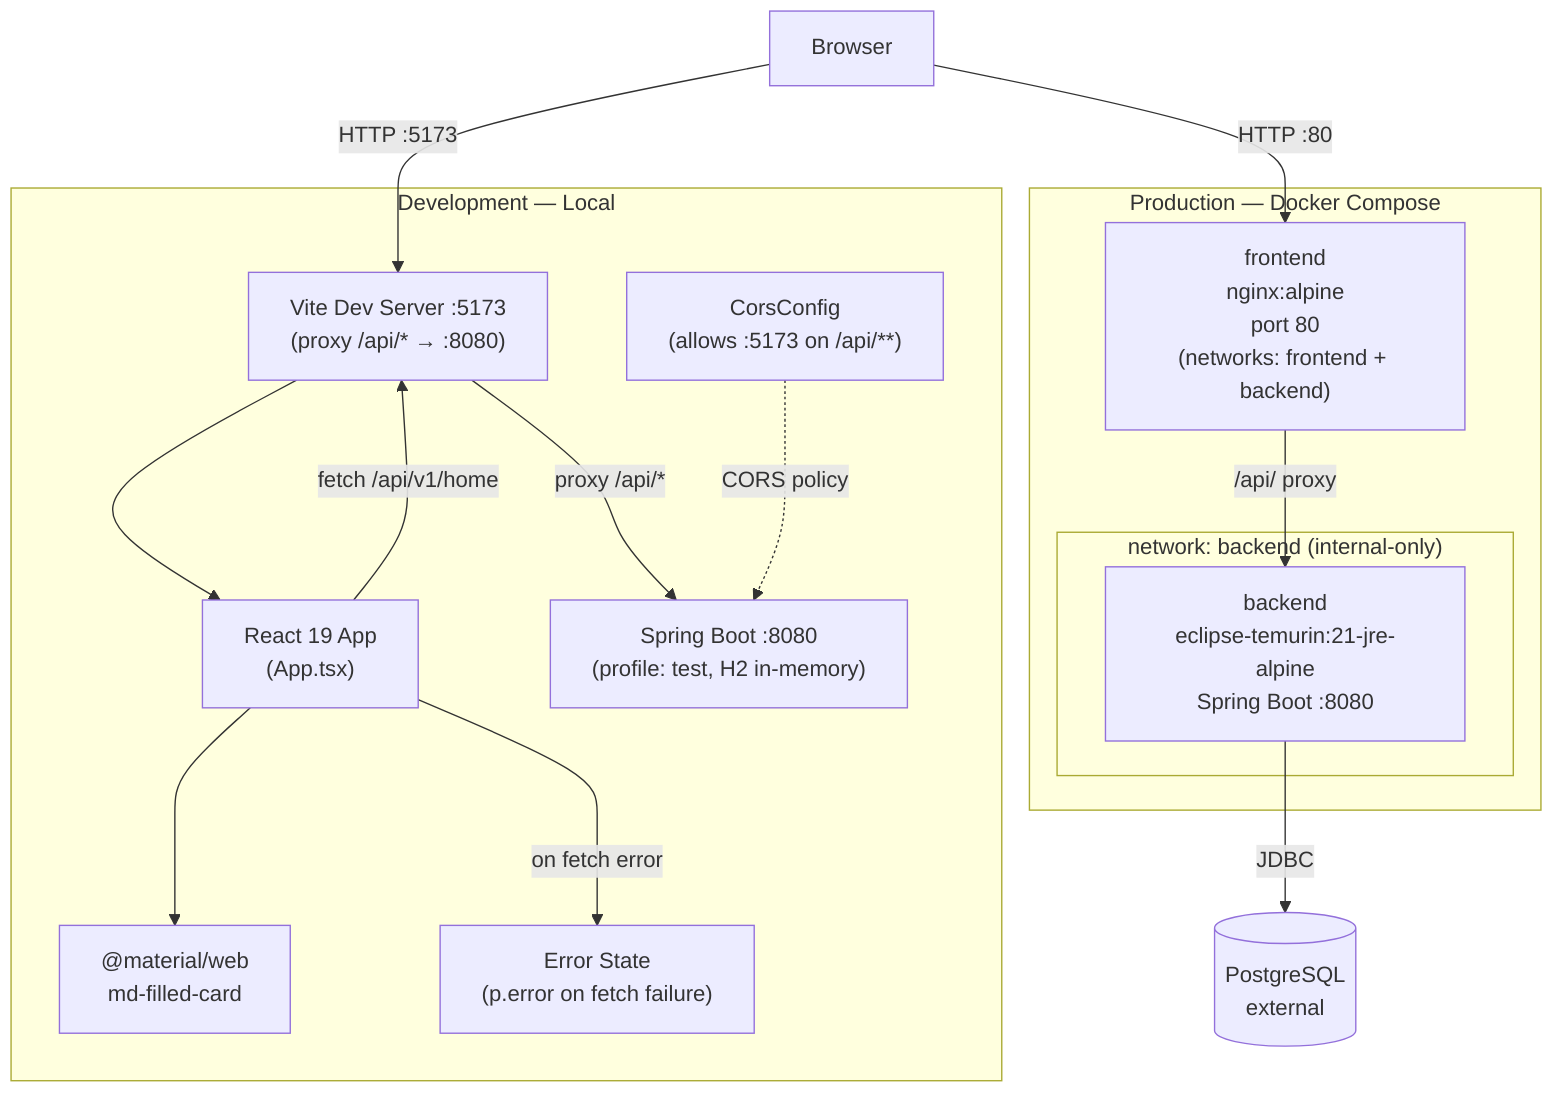
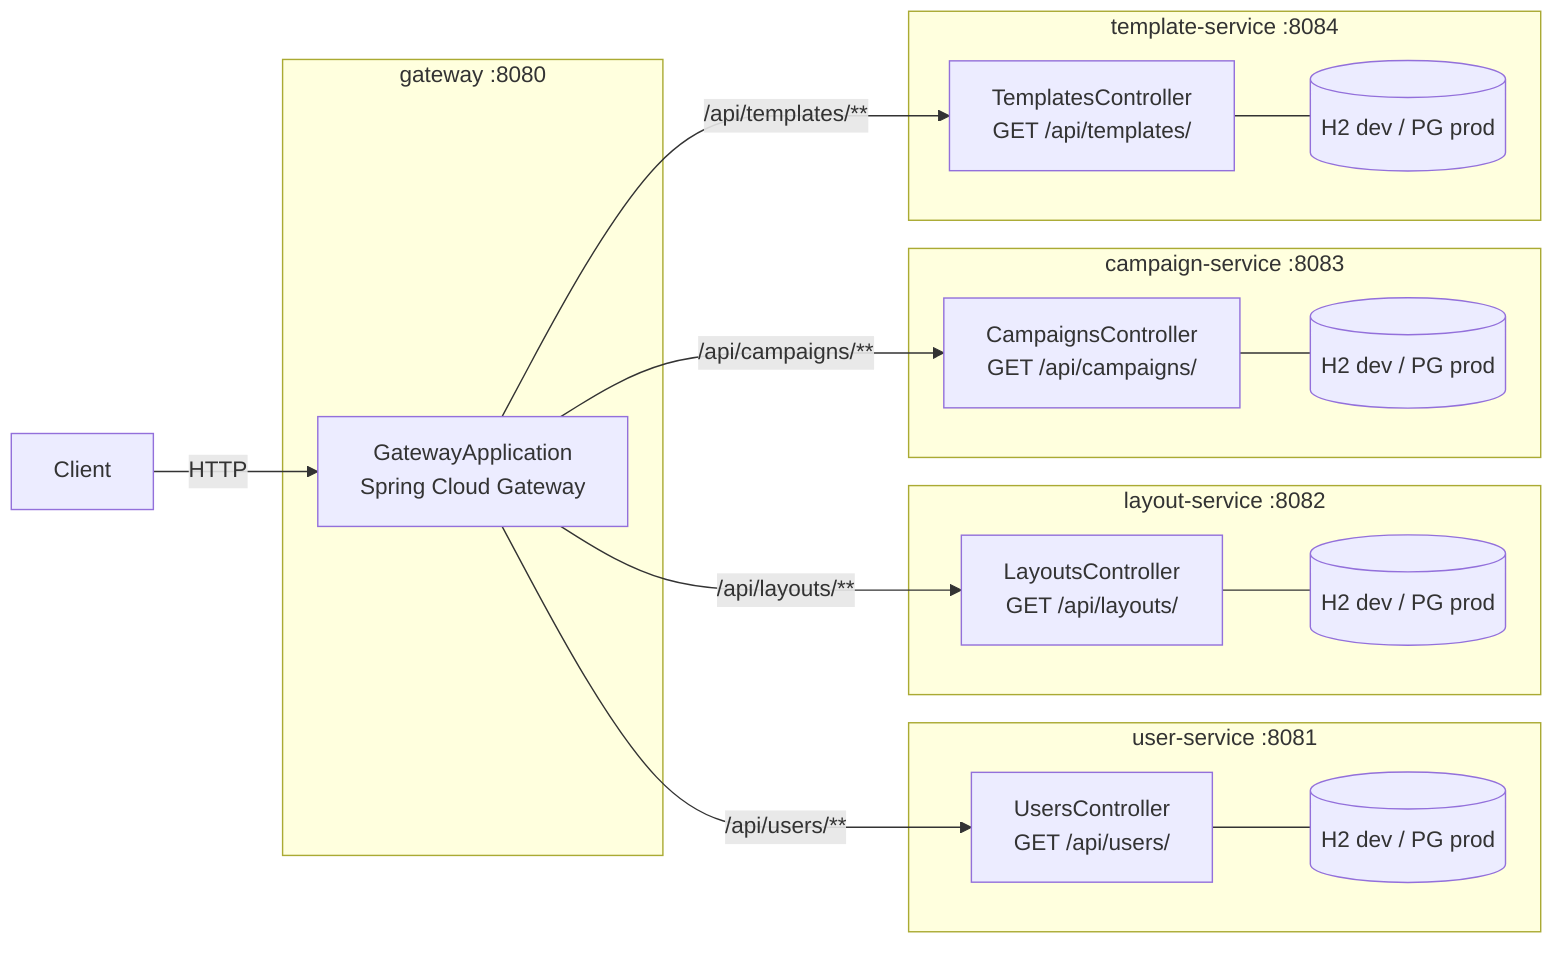
- graph TB
-     Browser["Browser"]
+ graph LR
+     Client["Client"]

-     subgraph ProdDeploy ["Production — Docker Compose"]
-         FE["frontend\nnginx:alpine\nport 80\n(networks: frontend + backend)"]
-         subgraph network_backend ["network: backend (internal-only)"]
-             BE["backend\neclipse-temurin:21-jre-alpine\nSpring Boot :8080"]
-         end
-         FE -->|"/api/ proxy"| BE
+     subgraph GW ["gateway :8080"]
+         Gateway["GatewayApplication\nSpring Cloud Gateway"]
    end

-     subgraph LocalDev ["Development — Local"]
-         Vite["Vite Dev Server :5173\n(proxy /api/* → :8080)"]
-         React["React 19 App\n(App.tsx)"]
-         MWC["@material/web\nmd-filled-card"]
-         SpringDev["Spring Boot :8080\n(profile: test, H2 in-memory)"]
-         CorsConfig["CorsConfig\n(allows :5173 on /api/**)"]
-         ErrorState["Error State\n(p.error on fetch failure)"]
-         Vite --> React
-         React --> MWC
-         React -->|"fetch /api/v1/home"| Vite
-         Vite -->|"proxy /api/*"| SpringDev
-         CorsConfig -.->|"CORS policy"| SpringDev
-         React -->|"on fetch error"| ErrorState
+     subgraph US ["user-service :8081"]
+         UC["UsersController\nGET /api/users/"]
+         UDB[("H2 dev / PG prod")]
    end

-     PG[("PostgreSQL\nexternal")]
+     subgraph LS ["layout-service :8082"]
+         LC["LayoutsController\nGET /api/layouts/"]
+         LDB[("H2 dev / PG prod")]
+     end

-     Browser -->|"HTTP :80"| FE
-     BE -->|"JDBC"| PG
-     Browser -->|"HTTP :5173"| Vite
+     subgraph CS ["campaign-service :8083"]
+         CC["CampaignsController\nGET /api/campaigns/"]
+         CDB[("H2 dev / PG prod")]
+     end
+ 
+     subgraph TS ["template-service :8084"]
+         TC["TemplatesController\nGET /api/templates/"]
+         TDB[("H2 dev / PG prod")]
+     end
+ 
+     Client -->|"HTTP"| Gateway
+     Gateway -->|"/api/users/**"| UC
+     Gateway -->|"/api/layouts/**"| LC
+     Gateway -->|"/api/campaigns/**"| CC
+     Gateway -->|"/api/templates/**"| TC
+     UC --- UDB
+     LC --- LDB
+     CC --- CDB
+     TC --- TDB
